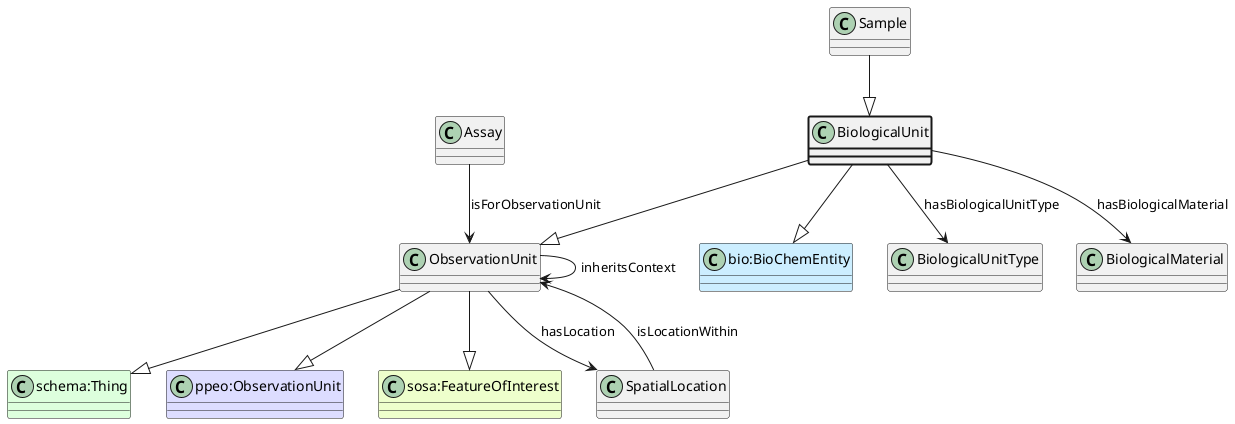
Above: ttl_uml/ttl_appn_BiologicalUnit.png in aus-plant-phenomics-network/appn-schema (PlantUML), before the change.
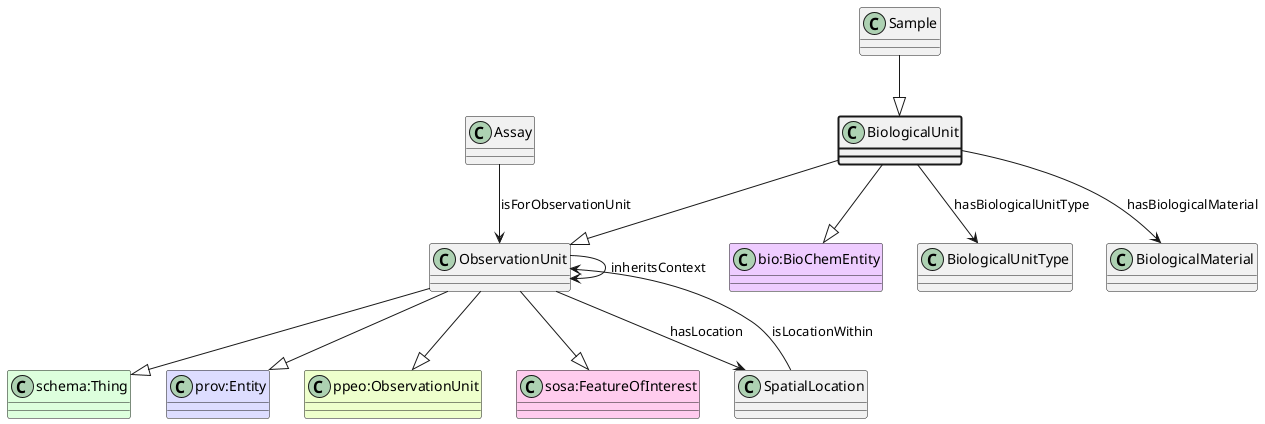
After the commit.

Change to the diagram source:
```diff
@@ -3,12 +3,14 @@
 class ObservationUnit
 class "schema:Thing" #DDFFDD
 ObservationUnit --|> "schema:Thing"
-class "ppeo:ObservationUnit" #DDDDFF
+class "prov:Entity" #DDDDFF
+ObservationUnit --|> "prov:Entity"
+class "ppeo:ObservationUnit" #EEFFCC
 ObservationUnit --|> "ppeo:ObservationUnit"
-class "sosa:FeatureOfInterest" #EEFFCC
+class "sosa:FeatureOfInterest" #FFCCEE
 ObservationUnit --|> "sosa:FeatureOfInterest"
 BiologicalUnit --|> ObservationUnit
-class "bio:BioChemEntity" #CCEEFF
+class "bio:BioChemEntity" #EECCFF
 BiologicalUnit --|> "bio:BioChemEntity"
 class BiologicalUnitType
 BiologicalUnit --> BiologicalUnitType : hasBiologicalUnitType
```
